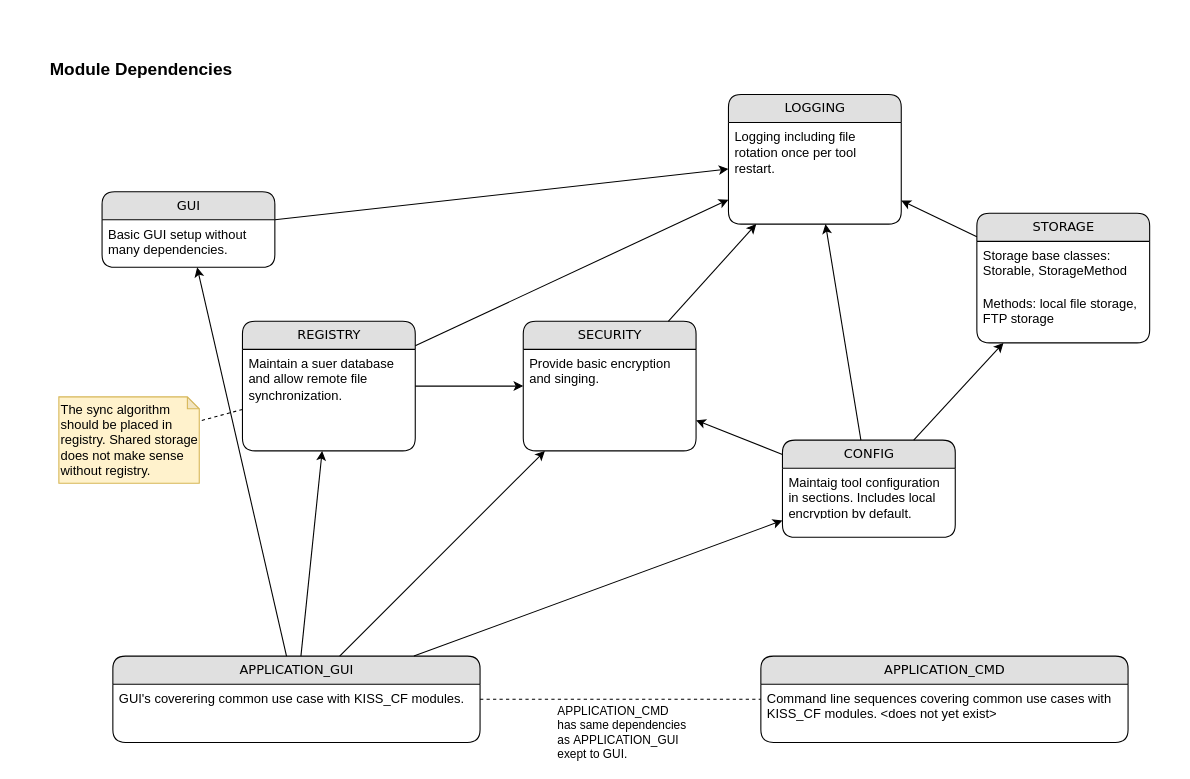
Above: page "module" (1 of 2) of doc/overview.drawio in alexander-rd/appxf (draw.io), before the change. Source tidied: cells renumbered, new cells numbered last; positions are measured from the earlier drawing's top-left corner, leaving out a move shared by most shapes. Both pictures are drawn from the tidied source at 108%, with x=0, y=0 at pixel (48, 51).
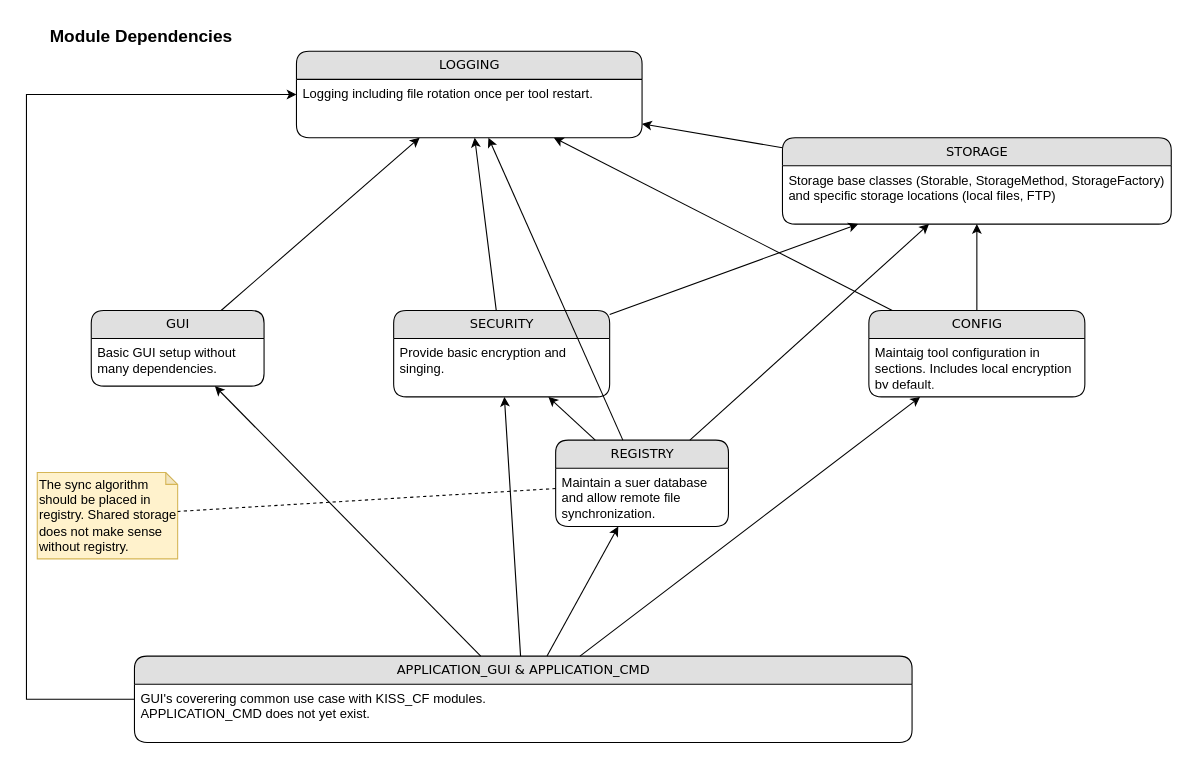
Above is the later version.

Diff of the diagram source:
```diff
@@
     <mxCell id="2" value="SECURITY" style="swimlane;html=1;fontStyle=0;horizontal=1;startSize=26;fillColor=#e0e0e0;swimlaneFillColor=#ffffff;align=center;rounded=1;shadow=0;comic=0;labelBackgroundColor=none;strokeWidth=1;fontFamily=Verdana;fontSize=12;" parent="1" vertex="1">
-      <mxGeometry x="440" y="250" width="160" height="120" as="geometry" />
+      <mxGeometry x="320" y="240" width="200" height="80" as="geometry" />
     </mxCell>
     <mxCell id="3" value="Provide basic encryption and singing." style="text;html=1;strokeColor=none;fillColor=none;spacingLeft=4;spacingRight=4;whiteSpace=wrap;overflow=hidden;" parent="2" vertex="1">
-      <mxGeometry y="26" width="160" height="44" as="geometry" />
+      <mxGeometry y="26" width="200" height="44" as="geometry" />
     </mxCell>
     <mxCell id="4" value="The sync algorithm should be placed in registry. Shared storage does not make sense without registry." style="shape=note;whiteSpace=wrap;html=1;backgroundOutline=1;darkOpacity=0.05;align=left;size=11;fillColor=#fff2cc;strokeColor=#d6b656;" parent="1" vertex="1">
-      <mxGeometry x="10" y="320" width="130" height="80" as="geometry" />
+      <mxGeometry x="-10" y="390" width="130" height="80" as="geometry" />
     </mxCell>
     <mxCell id="5" value="CONFIG" style="swimlane;html=1;fontStyle=0;horizontal=1;startSize=26;fillColor=#e0e0e0;swimlaneFillColor=#ffffff;align=center;rounded=1;shadow=0;comic=0;labelBackgroundColor=none;strokeWidth=1;fontFamily=Verdana;fontSize=12;" parent="1" vertex="1">
-      <mxGeometry x="680" y="360" width="160" height="90" as="geometry" />
+      <mxGeometry x="760" y="240" width="200" height="80" as="geometry" />
     </mxCell>
     <mxCell id="6" value="Maintaig tool configuration in sections. Includes local encryption by default." style="text;html=1;strokeColor=none;fillColor=none;spacingLeft=4;spacingRight=4;whiteSpace=wrap;overflow=hidden;" parent="5" vertex="1">
-      <mxGeometry y="26" width="160" height="44" as="geometry" />
+      <mxGeometry y="26" width="200" height="44" as="geometry" />
     </mxCell>
     <mxCell id="7" value="LOGGING" style="swimlane;html=1;fontStyle=0;horizontal=1;startSize=26;fillColor=#e0e0e0;swimlaneFillColor=#ffffff;align=center;rounded=1;shadow=0;comic=0;labelBackgroundColor=none;strokeWidth=1;fontFamily=Verdana;fontSize=12;" parent="1" vertex="1">
-      <mxGeometry x="630" y="40" width="160" height="120" as="geometry" />
+      <mxGeometry x="230" width="320" height="80" as="geometry" />
     </mxCell>
     <mxCell id="8" value="Logging including file rotation once per tool restart." style="text;html=1;strokeColor=none;fillColor=none;spacingLeft=4;spacingRight=4;whiteSpace=wrap;overflow=hidden;" parent="7" vertex="1">
-      <mxGeometry y="26" width="160" height="54" as="geometry" />
+      <mxGeometry y="26" width="320" height="54" as="geometry" />
     </mxCell>
     <mxCell id="9" value="STORAGE" style="swimlane;html=1;fontStyle=0;horizontal=1;startSize=26;fillColor=#e0e0e0;swimlaneFillColor=#ffffff;align=center;rounded=1;shadow=0;comic=0;labelBackgroundColor=none;strokeWidth=1;fontFamily=Verdana;fontSize=12;" parent="1" vertex="1">
-      <mxGeometry x="860" y="150" width="160" height="120" as="geometry" />
+      <mxGeometry x="680" y="80" width="360" height="80" as="geometry" />
     </mxCell>
-    <mxCell id="10" value="Storage base classes: Storable, StorageMethod" style="text;html=1;strokeColor=none;fillColor=none;spacingLeft=4;spacingRight=4;whiteSpace=wrap;overflow=hidden;" parent="9" vertex="1">
-      <mxGeometry y="26" width="160" height="44" as="geometry" />
+    <mxCell id="10" value="Storage base classes (Storable, StorageMethod, StorageFactory) and specific storage locations (local files, FTP)" style="text;html=1;strokeColor=none;fillColor=none;spacingLeft=4;spacingRight=4;whiteSpace=wrap;overflow=hidden;" parent="9" vertex="1">
+      <mxGeometry y="26" width="360" height="44" as="geometry" />
     </mxCell>
-    <mxCell id="11" value="Methods: local file storage, FTP storage" style="text;html=1;strokeColor=none;fillColor=none;spacingLeft=4;spacingRight=4;whiteSpace=wrap;overflow=hidden;" parent="9" vertex="1">
-      <mxGeometry y="70" width="160" height="40" as="geometry" />
-    </mxCell>
@@
-    <mxCell id="15" style="endArrow=classic;html=1;rounded=0;" parent="1" edge="1" source="5" target="2">
-      <mxGeometry relative="1" as="geometry" />
-    </mxCell>
@@
     <mxCell id="17" value="REGISTRY" style="swimlane;html=1;fontStyle=0;horizontal=1;startSize=26;fillColor=#e0e0e0;swimlaneFillColor=#ffffff;align=center;rounded=1;shadow=0;comic=0;labelBackgroundColor=none;strokeWidth=1;fontFamily=Verdana;fontSize=12;" parent="1" vertex="1">
-      <mxGeometry x="180" y="250" width="160" height="120" as="geometry" />
+      <mxGeometry x="470" y="360" width="160" height="80" as="geometry" />
     </mxCell>
@@
     <mxCell id="22" value="Module Dependencies" style="text;html=1;align=left;verticalAlign=top;whiteSpace=wrap;rounded=0;fontSize=16;fontStyle=1;" parent="1" vertex="1">
-      <mxGeometry width="260" height="30" as="geometry" />
+      <mxGeometry y="-30" width="260" height="30" as="geometry" />
     </mxCell>
     <mxCell id="23" value="GUI" style="swimlane;html=1;fontStyle=0;horizontal=1;startSize=26;fillColor=#e0e0e0;swimlaneFillColor=#ffffff;align=center;rounded=1;shadow=0;comic=0;labelBackgroundColor=none;strokeWidth=1;fontFamily=Verdana;fontSize=12;" parent="1" vertex="1">
-      <mxGeometry x="50" y="130" width="160" height="70" as="geometry" />
+      <mxGeometry x="40" y="240" width="160" height="70" as="geometry" />
     </mxCell>
@@
-    <mxCell id="25" value="APPLICATION_GUI" style="swimlane;html=1;fontStyle=0;horizontal=1;startSize=26;fillColor=#e0e0e0;swimlaneFillColor=#ffffff;align=center;rounded=1;shadow=0;comic=0;labelBackgroundColor=none;strokeWidth=1;fontFamily=Verdana;fontSize=12;" parent="1" vertex="1">
-      <mxGeometry x="60" y="560" width="340" height="80" as="geometry" />
+    <mxCell id="25" value="APPLICATION_GUI &amp;amp; APPLICATION_CMD" style="swimlane;html=1;fontStyle=0;horizontal=1;startSize=26;fillColor=#e0e0e0;swimlaneFillColor=#ffffff;align=center;rounded=1;shadow=0;comic=0;labelBackgroundColor=none;strokeWidth=1;fontFamily=Verdana;fontSize=12;" parent="1" vertex="1">
+      <mxGeometry x="80" y="560" width="720" height="80" as="geometry" />
     </mxCell>
-    <mxCell id="26" value="GUI's coverering common use case with KISS_CF modules." style="text;html=1;strokeColor=none;fillColor=none;spacingLeft=4;spacingRight=4;whiteSpace=wrap;overflow=hidden;" parent="25" vertex="1">
-      <mxGeometry y="26" width="340" height="54" as="geometry" />
+    <mxCell id="26" value="GUI's coverering common use case with KISS_CF modules.&lt;div&gt;APPLICATION_CMD does not yet exist.&lt;/div&gt;" style="text;html=1;strokeColor=none;fillColor=none;spacingLeft=4;spacingRight=4;whiteSpace=wrap;overflow=hidden;" parent="25" vertex="1">
+      <mxGeometry y="26" width="720" height="54" as="geometry" />
     </mxCell>
@@
-    <mxCell id="32" value="APPLICATION_CMD" style="swimlane;html=1;fontStyle=0;horizontal=1;startSize=26;fillColor=#e0e0e0;swimlaneFillColor=#ffffff;align=center;rounded=1;shadow=0;comic=0;labelBackgroundColor=none;strokeWidth=1;fontFamily=Verdana;fontSize=12;" parent="1" vertex="1">
-      <mxGeometry x="660" y="560" width="340" height="80" as="geometry" />
-    </mxCell>
-    <mxCell id="33" value="Command line sequences covering common use cases with KISS_CF modules. &amp;lt;does not yet exist&amp;gt;" style="text;html=1;strokeColor=none;fillColor=none;spacingLeft=4;spacingRight=4;whiteSpace=wrap;overflow=hidden;" parent="32" vertex="1">
-      <mxGeometry y="26" width="340" height="44" as="geometry" />
-    </mxCell>
-    <mxCell id="34" style="endArrow=none;dashed=1;html=1;rounded=0;" parent="1" edge="1" source="25" target="32">
-      <mxGeometry relative="1" as="geometry" />
-    </mxCell>
-    <mxCell id="35" value="&lt;span style=&quot;&quot;&gt;APPLICATION_CMD&amp;nbsp;&lt;/span&gt;&lt;div&gt;&lt;span style=&quot;&quot;&gt;has same&amp;nbsp;&lt;/span&gt;&lt;span style=&quot;&quot;&gt;dependencies&amp;nbsp;&lt;/span&gt;&lt;/div&gt;&lt;div&gt;&lt;span style=&quot;&quot;&gt;as&amp;nbsp;&lt;/span&gt;&lt;span style=&quot;&quot;&gt;APPLICATION_GUI&lt;/span&gt;&lt;/div&gt;&lt;div&gt;&lt;div style=&quot;&quot;&gt;exept to GUI.&lt;/div&gt;&lt;/div&gt;" style="edgeLabel;html=1;align=left;verticalAlign=middle;" parent="34" vertex="1">
-      <mxGeometry x="0.07" relative="1" as="geometry">
-        <mxPoint x="-69" y="30" as="offset" />
-      </mxGeometry>
-    </mxCell>
+    <mxCell id="36" style="endArrow=classic;html=1;rounded=0;edgeStyle=elbowEdgeStyle;" parent="1" edge="1" source="25" target="7">
+      <mxGeometry relative="1" as="geometry">
+        <Array as="points">
+          <mxPoint x="-20" y="300" />
+        </Array>
+      </mxGeometry>
+    </mxCell>
+    <mxCell id="37" style="endArrow=classic;html=1;rounded=0;" parent="1" edge="1" source="17" target="9">
+      <mxGeometry relative="1" as="geometry" />
+    </mxCell>
+    <mxCell id="38" style="endArrow=classic;html=1;rounded=0;" parent="1" edge="1" source="2" target="9">
+      <mxGeometry relative="1" as="geometry" />
+    </mxCell>
```
